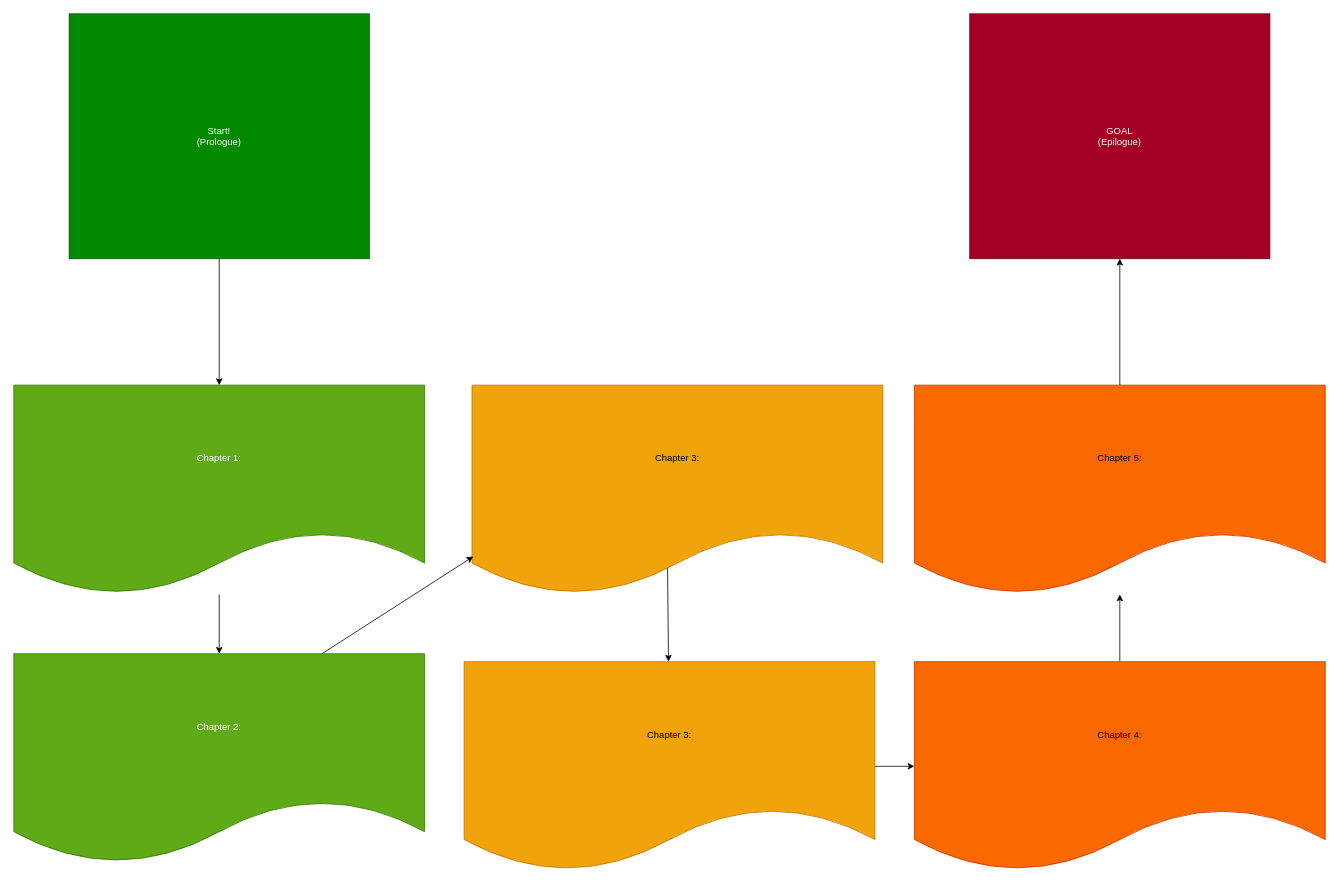
AoifeHughes/Short-Stories keeps this draw.io diagram as stories/Ellen/story_flow.drawio. Above is the earlier version. Source tidied: cells renumbered, new cells numbered last; positions are measured from the earlier drawing's top-left corner, leaving out a move shared by most shapes. Both pictures are drawn from the tidied source at 79%, with x=0, y=0 at pixel (13, 13).
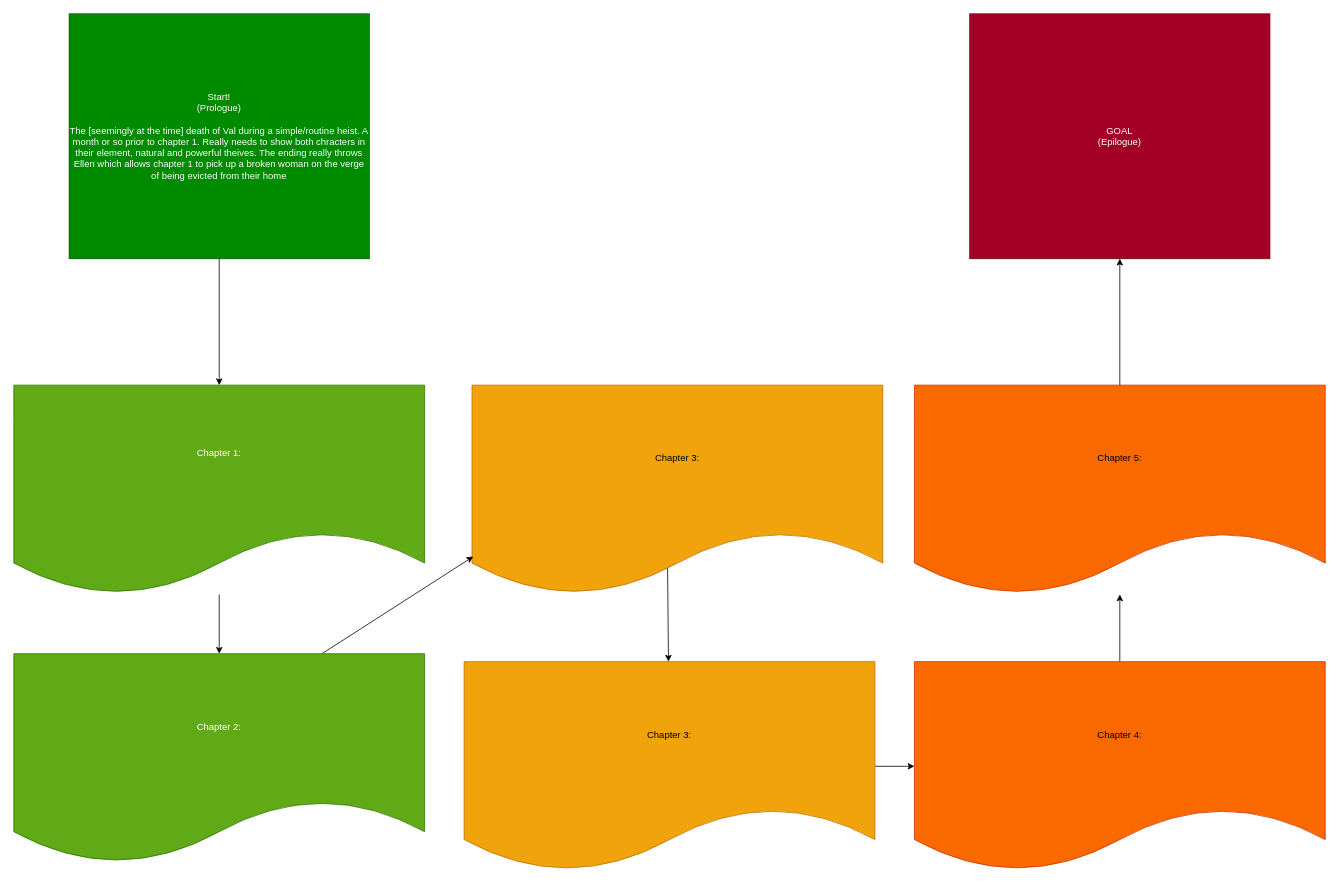
After the change.

Change to the diagram source:
```diff
@@
 <mxGraphModel>
   <root>
     <mxCell id="0" />
     <mxCell id="1" parent="0" />
     <mxCell id="2" style="edgeStyle=none;html=1;" parent="1" edge="1" source="3" target="6">
       <mxGeometry relative="1" as="geometry" />
     </mxCell>
-    <mxCell id="3" value="Start!&lt;br&gt;(Prologue)" style="rounded=0;whiteSpace=wrap;html=1;fillColor=#008a00;fontColor=#ffffff;strokeColor=#005700;" parent="1" vertex="1">
+    <mxCell id="3" value="Start!&lt;br&gt;(Prologue)&lt;br&gt;&lt;br&gt;The [seemingly at the time] death of Val during a simple/routine heist. A month or so prior to chapter 1. Really needs to show both chracters in their element, natural and powerful theives. The ending really throws Ellen which allows chapter 1 to pick up a broken woman on the verge of being evicted from their home" style="rounded=0;whiteSpace=wrap;html=1;fillColor=#008a00;fontColor=#ffffff;strokeColor=#005700;" parent="1" vertex="1">
       <mxGeometry x="70" width="380" height="310" as="geometry" />
     </mxCell>
     <mxCell id="4" value="GOAL&lt;br&gt;(Epilogue)" style="rounded=0;whiteSpace=wrap;html=1;fillColor=#a20025;fontColor=#ffffff;strokeColor=#6F0000;" parent="1" vertex="1">
       <mxGeometry x="1210" width="380" height="310" as="geometry" />
     </mxCell>
     <mxCell id="5" style="edgeStyle=none;html=1;" parent="1" edge="1" source="6" target="10">
       <mxGeometry relative="1" as="geometry" />
     </mxCell>
-    <mxCell id="6" value="Chapter 1:&lt;br&gt;" style="shape=document;whiteSpace=wrap;html=1;boundedLbl=1;fillColor=#60a917;strokeColor=#2D7600;fontColor=#ffffff;rounded=0;" parent="1" vertex="1">
+    <mxCell id="6" value="Chapter 1:&lt;br&gt;&lt;br&gt;" style="shape=document;whiteSpace=wrap;html=1;boundedLbl=1;fillColor=#60a917;strokeColor=#2D7600;fontColor=#ffffff;rounded=0;" parent="1" vertex="1">
       <mxGeometry y="470" width="520" height="265" as="geometry" />
     </mxCell>
     <mxCell id="7" style="edgeStyle=none;html=1;exitX=0.476;exitY=0.871;exitDx=0;exitDy=0;exitPerimeter=0;" parent="1" edge="1" source="8" target="12">
       <mxGeometry relative="1" as="geometry" />
     </mxCell>
     <mxCell id="8" value="Chapter 3:" style="shape=document;whiteSpace=wrap;html=1;boundedLbl=1;fillColor=#f0a30a;strokeColor=#BD7000;fontColor=#000000;rounded=0;" parent="1" vertex="1">
       <mxGeometry x="580" y="470" width="520" height="265" as="geometry" />
     </mxCell>
     <mxCell id="9" style="edgeStyle=none;html=1;exitX=0.75;exitY=0;exitDx=0;exitDy=0;entryX=0.003;entryY=0.819;entryDx=0;entryDy=0;entryPerimeter=0;" parent="1" edge="1" source="10" target="8">
       <mxGeometry relative="1" as="geometry" />
     </mxCell>
     <mxCell id="10" value="Chapter 2:" style="shape=document;whiteSpace=wrap;html=1;boundedLbl=1;fillColor=#60a917;strokeColor=#2D7600;fontColor=#ffffff;rounded=0;" parent="1" vertex="1">
       <mxGeometry y="810" width="520" height="265" as="geometry" />
     </mxCell>
     <mxCell id="11" style="edgeStyle=none;html=1;" parent="1" edge="1" source="12" target="14">
       <mxGeometry relative="1" as="geometry" />
     </mxCell>
     <mxCell id="12" value="Chapter 3:" style="shape=document;whiteSpace=wrap;html=1;boundedLbl=1;fillColor=#f0a30a;strokeColor=#BD7000;fontColor=#000000;rounded=0;" parent="1" vertex="1">
       <mxGeometry x="570" y="820" width="520" height="265" as="geometry" />
     </mxCell>
     <mxCell id="13" style="edgeStyle=none;html=1;" parent="1" edge="1" source="14" target="16">
       <mxGeometry relative="1" as="geometry" />
     </mxCell>
     <mxCell id="14" value="Chapter 4:" style="shape=document;whiteSpace=wrap;html=1;boundedLbl=1;fillColor=#fa6800;strokeColor=#C73500;fontColor=#000000;rounded=0;" parent="1" vertex="1">
       <mxGeometry x="1140" y="820" width="520" height="265" as="geometry" />
     </mxCell>
     <mxCell id="15" style="edgeStyle=none;html=1;exitX=0.5;exitY=0;exitDx=0;exitDy=0;entryX=0.5;entryY=1;entryDx=0;entryDy=0;" parent="1" edge="1" source="16" target="4">
       <mxGeometry relative="1" as="geometry" />
     </mxCell>
     <mxCell id="16" value="Chapter 5:" style="shape=document;whiteSpace=wrap;html=1;boundedLbl=1;fillColor=#fa6800;strokeColor=#C73500;fontColor=#000000;rounded=0;" parent="1" vertex="1">
       <mxGeometry x="1140" y="470" width="520" height="265" as="geometry" />
     </mxCell>
   </root>
 </mxGraphModel>
```
